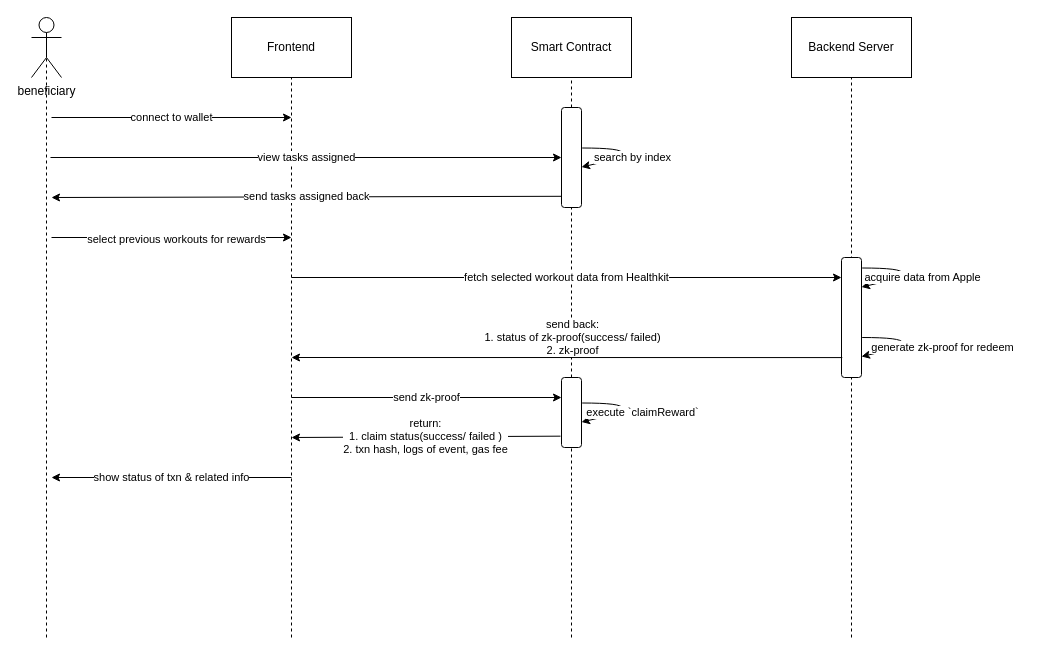
This is page "beneficiary workflow" (4 of 5) of server/flowchart.drawio from jidalii/push, a draw.io file, before an edit. Source tidied: cells renumbered, new cells numbered last; positions are measured from the earlier drawing's top-left corner, leaving out a move shared by most shapes. Both pictures are drawn from the tidied source at 100%, with x=0, y=0 at pixel (31, 17).
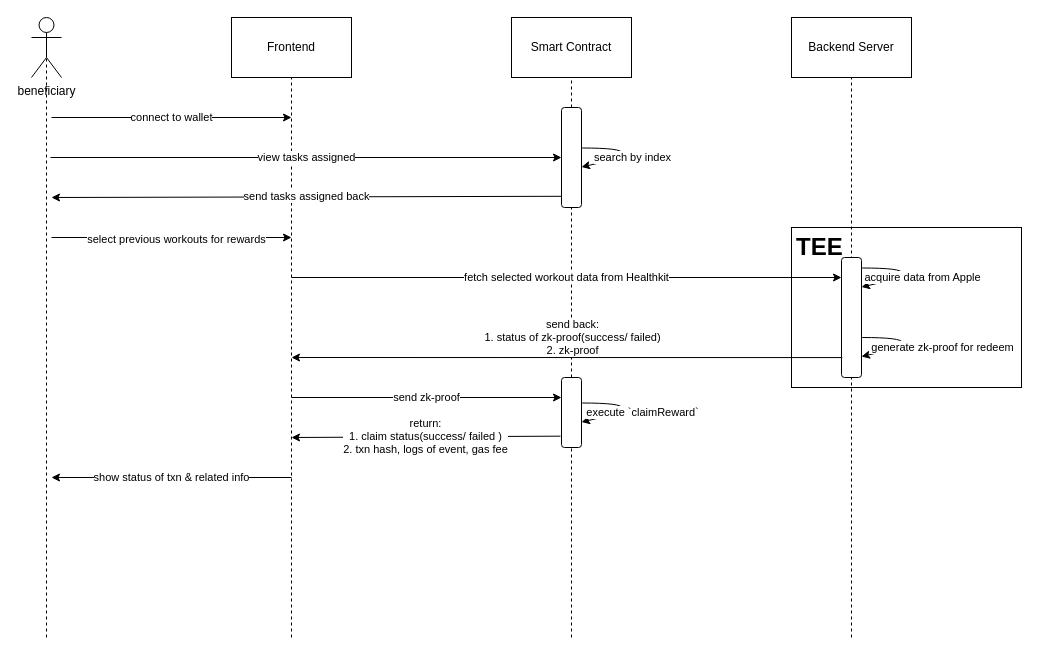
The same diagram, later.

Change to the diagram source:
```diff
@@
+    <mxCell id="33" style="rounded=0;whiteSpace=wrap;html=1;" parent="1" vertex="1">
+      <mxGeometry x="760" y="210" width="230" height="160" as="geometry" />
+    </mxCell>
@@
+    <mxCell id="34" value="&lt;h1&gt;TEE&lt;/h1&gt;" style="text;html=1;strokeColor=none;fillColor=none;spacing=5;spacingTop=-20;whiteSpace=wrap;overflow=hidden;rounded=0;" parent="1" vertex="1">
+      <mxGeometry x="760" y="210" width="190" height="120" as="geometry" />
+    </mxCell>
```
